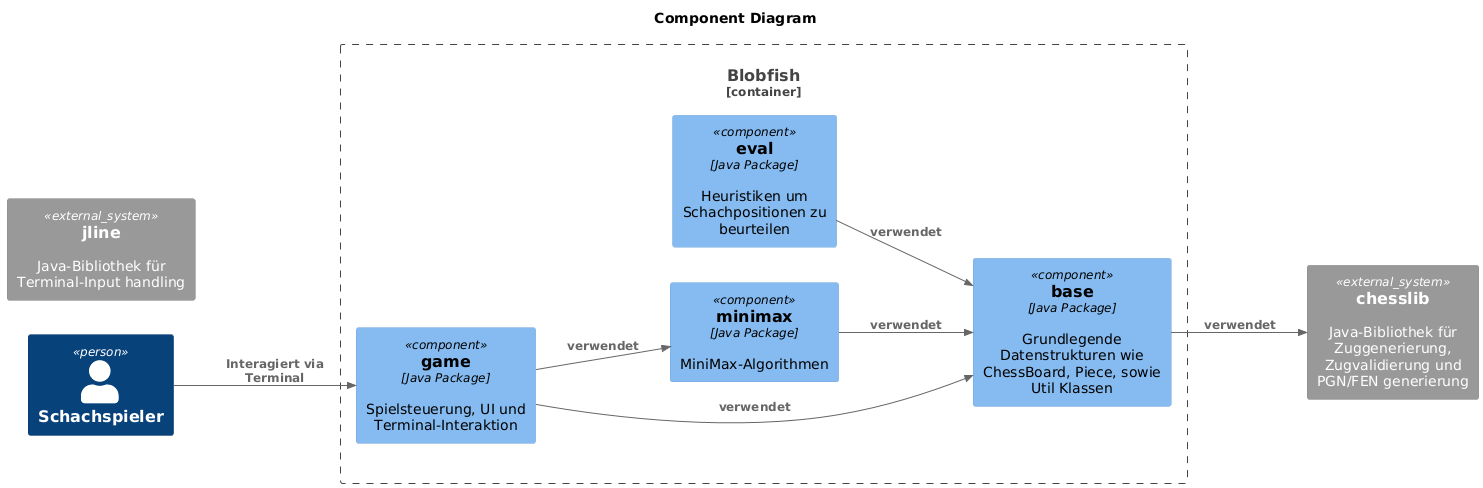
Earlier version of the PlantUML export docs/generated-diagrams/c4-component.png (l2c0r3/blobfish).
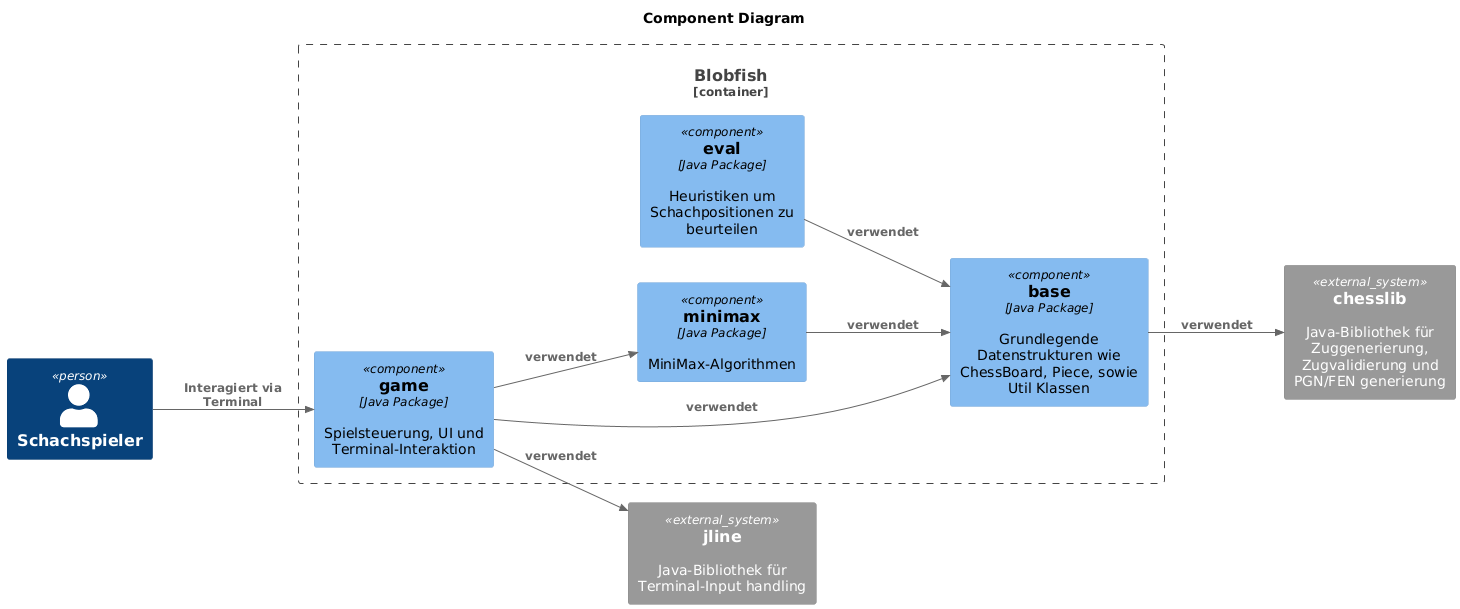
After the commit.

What changed in the source:
```diff
@@ -23,6 +23,7 @@
 
 Rel(game, base, "verwendet")
 Rel(game, minimax, "verwendet")
+Rel(game, jline, "verwendet")
 
 Rel(minimax, base, "verwendet")
 
```
